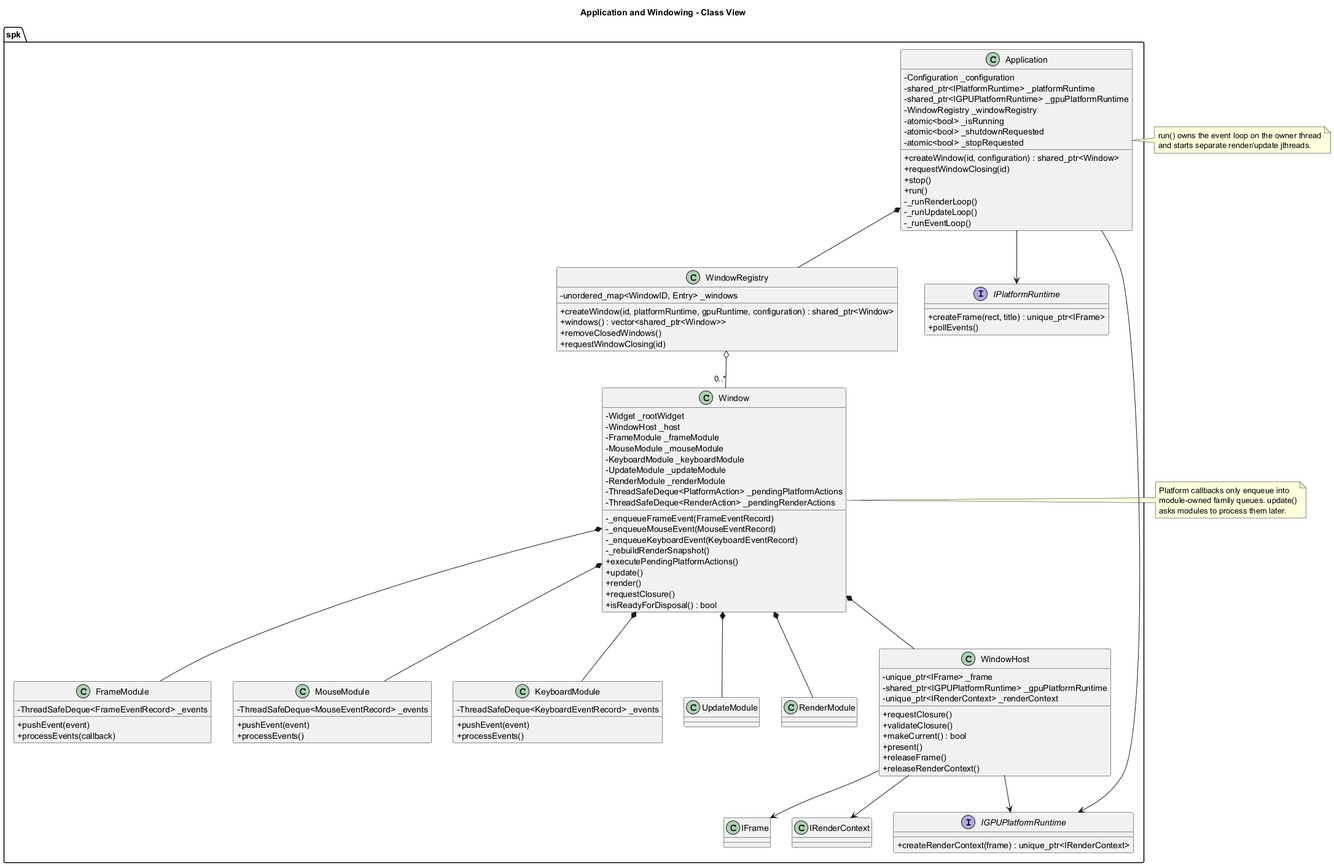
Above: documentation/architecture/diagrams/application-windowing-class.png in Hyarius/Sparkle (PlantUML), before the change.
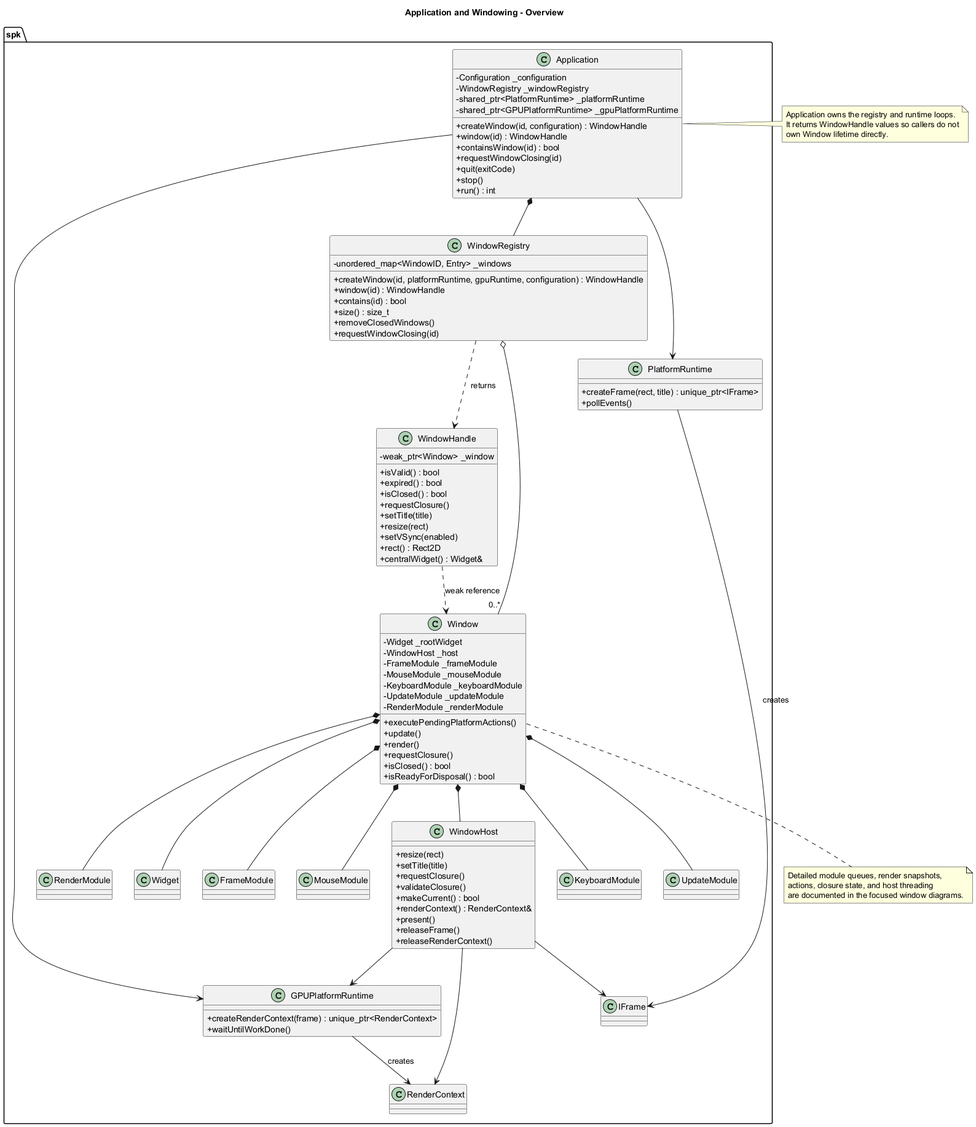
The same file after the commit.

What changed in the source:
```diff
@@ -1,32 +1,44 @@
 @startuml
-title Application and Windowing - Class View
+title Application and Windowing - Overview
 
 skinparam classAttributeIconSize 0
 
 namespace spk {
 	class Application {
 		- Configuration _configuration
-		- shared_ptr<IPlatformRuntime> _platformRuntime
-		- shared_ptr<IGPUPlatformRuntime> _gpuPlatformRuntime
 		- WindowRegistry _windowRegistry
-		- atomic<bool> _isRunning
-		- atomic<bool> _shutdownRequested
-		- atomic<bool> _stopRequested
-		+ createWindow(id, configuration) : shared_ptr<Window>
+		- shared_ptr<PlatformRuntime> _platformRuntime
+		- shared_ptr<GPUPlatformRuntime> _gpuPlatformRuntime
+		+ createWindow(id, configuration) : WindowHandle
+		+ window(id) : WindowHandle
+		+ containsWindow(id) : bool
 		+ requestWindowClosing(id)
+		+ quit(exitCode)
 		+ stop()
-		+ run()
-		- _runRenderLoop()
-		- _runUpdateLoop()
-		- _runEventLoop()
+		+ run() : int
 	}
 
 	class WindowRegistry {
 		- unordered_map<WindowID, Entry> _windows
-		+ createWindow(id, platformRuntime, gpuRuntime, configuration) : shared_ptr<Window>
-		+ windows() : vector<shared_ptr<Window>>
+		+ createWindow(id, platformRuntime, gpuRuntime, configuration) : WindowHandle
+		+ window(id) : WindowHandle
+		+ contains(id) : bool
+		+ size() : size_t
 		+ removeClosedWindows()
 		+ requestWindowClosing(id)
+	}
+
+	class WindowHandle {
+		- weak_ptr<Window> _window
+		+ isValid() : bool
+		+ expired() : bool
+		+ isClosed() : bool
+		+ requestClosure()
+		+ setTitle(title)
+		+ resize(rect)
+		+ setVSync(enabled)
+		+ rect() : Rect2D
+		+ centralWidget() : Widget&
 	}
 
 	class Window {
@@ -37,82 +49,70 @@
 		- KeyboardModule _keyboardModule
 		- UpdateModule _updateModule
 		- RenderModule _renderModule
-		- ThreadSafeDeque<PlatformAction> _pendingPlatformActions
-		- ThreadSafeDeque<RenderAction> _pendingRenderActions
-		- _enqueueFrameEvent(FrameEventRecord)
-		- _enqueueMouseEvent(MouseEventRecord)
-		- _enqueueKeyboardEvent(KeyboardEventRecord)
-		- _rebuildRenderSnapshot()
 		+ executePendingPlatformActions()
 		+ update()
 		+ render()
 		+ requestClosure()
+		+ isClosed() : bool
 		+ isReadyForDisposal() : bool
 	}
 
 	class WindowHost {
-		- unique_ptr<IFrame> _frame
-		- shared_ptr<IGPUPlatformRuntime> _gpuPlatformRuntime
-		- unique_ptr<IRenderContext> _renderContext
+		+ resize(rect)
+		+ setTitle(title)
 		+ requestClosure()
 		+ validateClosure()
 		+ makeCurrent() : bool
+		+ renderContext() : RenderContext&
 		+ present()
 		+ releaseFrame()
 		+ releaseRenderContext()
 	}
 
-	class FrameModule {
-		- ThreadSafeDeque<FrameEventRecord> _events
-		+ pushEvent(event)
-		+ processEvents(callback)
-	}
-
-	class MouseModule {
-		- ThreadSafeDeque<MouseEventRecord> _events
-		+ pushEvent(event)
-		+ processEvents()
-	}
-
-	class KeyboardModule {
-		- ThreadSafeDeque<KeyboardEventRecord> _events
-		+ pushEvent(event)
-		+ processEvents()
-	}
-
-	interface IPlatformRuntime {
+	class PlatformRuntime {
 		+ createFrame(rect, title) : unique_ptr<IFrame>
 		+ pollEvents()
 	}
 
-	interface IGPUPlatformRuntime {
-		+ createRenderContext(frame) : unique_ptr<IRenderContext>
+	class GPUPlatformRuntime {
+		+ createRenderContext(frame) : unique_ptr<RenderContext>
+		+ waitUntilWorkDone()
 	}
+
+	class Widget
+	class IFrame
+	class RenderContext
 }
 
 spk.Application *-- spk.WindowRegistry
-spk.Application --> spk.IPlatformRuntime
-spk.Application --> spk.IGPUPlatformRuntime
+spk.Application --> spk.PlatformRuntime
+spk.Application --> spk.GPUPlatformRuntime
 spk.WindowRegistry o-- "0..*" spk.Window
+spk.WindowRegistry ..> spk.WindowHandle : returns
+spk.WindowHandle ..> spk.Window : weak reference
 spk.Window *-- spk.WindowHost
+spk.Window *-- spk.Widget
 spk.Window *-- spk.FrameModule
 spk.Window *-- spk.MouseModule
 spk.Window *-- spk.KeyboardModule
 spk.Window *-- spk.UpdateModule
 spk.Window *-- spk.RenderModule
 spk.WindowHost --> spk.IFrame
-spk.WindowHost --> spk.IGPUPlatformRuntime
-spk.WindowHost --> spk.IRenderContext
+spk.WindowHost --> spk.GPUPlatformRuntime
+spk.WindowHost --> spk.RenderContext
+spk.PlatformRuntime --> spk.IFrame : creates
+spk.GPUPlatformRuntime --> spk.RenderContext : creates
 
 note right of spk.Application
-run() owns the event loop on the owner thread
-and starts separate render/update jthreads.
+Application owns the registry and runtime loops.
+It returns WindowHandle values so callers do not
+own Window lifetime directly.
 end note
 
-note right of spk.Window
-Platform callbacks only enqueue into
-module-owned family queues. update()
-asks modules to process them later.
+note bottom of spk.Window
+Detailed module queues, render snapshots,
+actions, closure state, and host threading
+are documented in the focused window diagrams.
 end note
 
 @enduml
```
